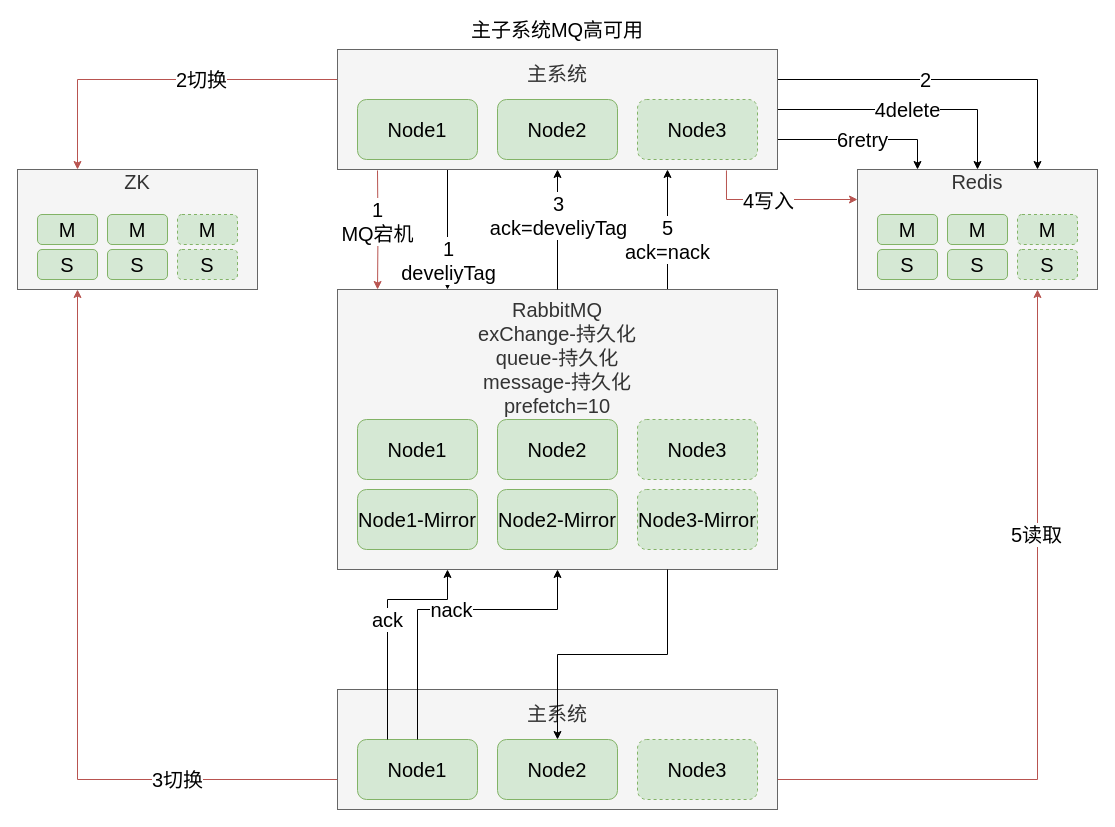
The draw.io diagram page "主子系统MQ高可用" (7 of 11) of project/ev-er-sec/flaw-patch/flaw-patch.drawio in QQ1350995917/gitbook, before the edit. Source tidied: cells renumbered, new cells numbered last; positions are measured from the earlier drawing's top-left corner, leaving out a move shared by most shapes. Both pictures are drawn from the tidied source at 100%, with x=0, y=0 at pixel (17, 19).
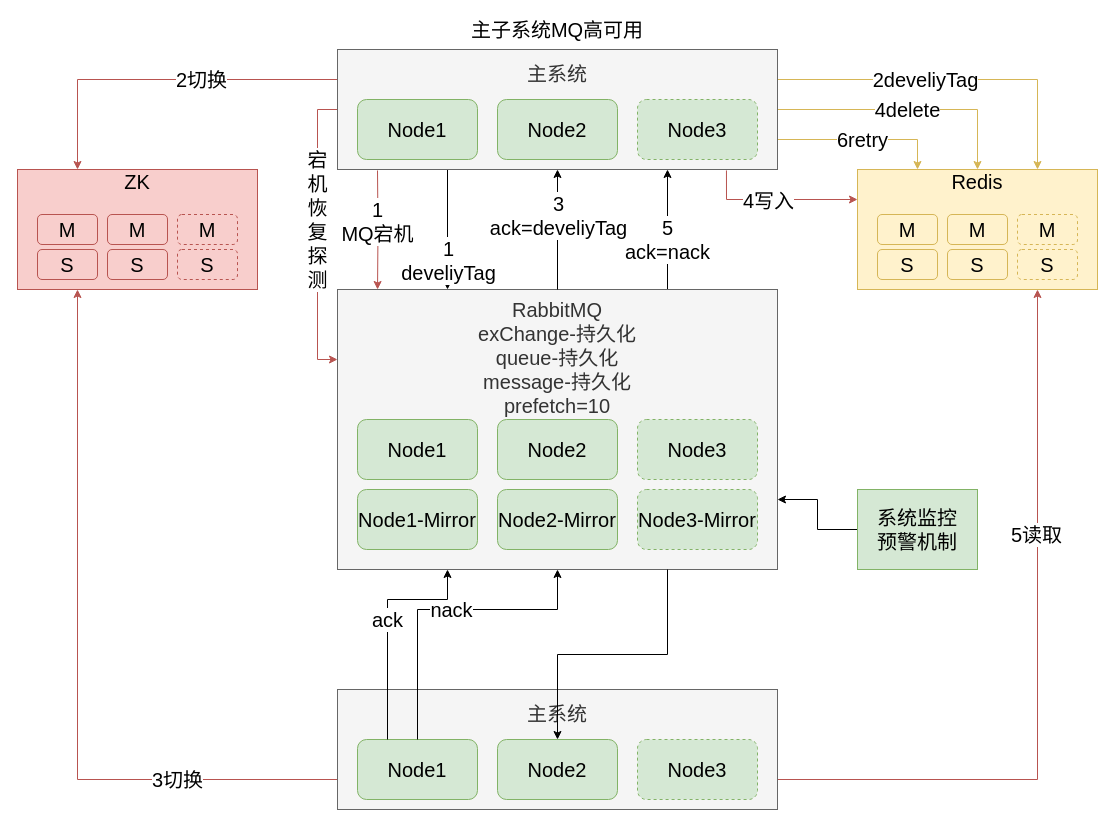
After the change.

The change refers to these unchanged cells:
```xml
<mxCell id="14" value="主系统&lt;br&gt;&lt;br&gt;&lt;br&gt;&lt;br&gt;" style="rounded=0;whiteSpace=wrap;html=1;fontSize=20;fillColor=#f5f5f5;strokeColor=#666666;fontColor=#333333;" parent="1" vertex="1">
  <mxGeometry x="320" y="30" width="440" height="120" as="geometry" />
</mxCell>
<mxCell id="20" value="RabbitMQ&lt;br&gt;exChange-持久化&lt;br&gt;queue-持久化&lt;br&gt;message-持久化&lt;br&gt;prefetch=10&lt;br&gt;&lt;br&gt;&lt;br&gt;&lt;br&gt;&lt;br&gt;&lt;br&gt;&lt;br&gt;" style="rounded=0;whiteSpace=wrap;html=1;fontSize=20;fillColor=#f5f5f5;strokeColor=#666666;fontColor=#333333;" parent="1" vertex="1">
  <mxGeometry x="320" y="270" width="440" height="280" as="geometry" />
</mxCell>
```

Diff of the diagram source:
```diff
@@
-    <mxCell id="4" style="edgeStyle=orthogonalEdgeStyle;rounded=0;jettySize=auto;html=1;exitX=1;exitY=0.25;exitDx=0;exitDy=0;entryX=0.75;entryY=0;entryDx=0;entryDy=0;fontSize=20;" parent="1" edge="1" source="14" target="27">
+    <mxCell id="4" style="edgeStyle=orthogonalEdgeStyle;rounded=0;jettySize=auto;html=1;exitX=1;exitY=0.25;exitDx=0;exitDy=0;entryX=0.75;entryY=0;entryDx=0;entryDy=0;fontSize=20;fillColor=#fff2cc;strokeColor=#d6b656;" parent="1" edge="1" source="14" target="27">
       <mxGeometry relative="1" as="geometry" />
     </mxCell>
-    <mxCell id="5" value="2" style="text;html=1;align=center;verticalAlign=middle;labelBackgroundColor=#ffffff;fontSize=20;" parent="4" vertex="1">
+    <mxCell id="5" value="2develiyTag" style="text;html=1;align=center;verticalAlign=middle;labelBackgroundColor=#ffffff;fontSize=20;" parent="4" vertex="1">
       <mxGeometry x="-0.16" y="1" relative="1" as="geometry" />
     </mxCell>
-    <mxCell id="6" value="4delete" style="edgeStyle=orthogonalEdgeStyle;rounded=0;jettySize=auto;html=1;exitX=1;exitY=0.5;exitDx=0;exitDy=0;entryX=0.5;entryY=0;entryDx=0;entryDy=0;fontSize=20;" parent="1" edge="1" source="14" target="27">
+    <mxCell id="6" value="4delete" style="edgeStyle=orthogonalEdgeStyle;rounded=0;jettySize=auto;html=1;exitX=1;exitY=0.5;exitDx=0;exitDy=0;entryX=0.5;entryY=0;entryDx=0;entryDy=0;fontSize=20;fillColor=#fff2cc;strokeColor=#d6b656;" parent="1" edge="1" source="14" target="27">
       <mxGeometry relative="1" as="geometry" />
     </mxCell>
-    <mxCell id="7" value="6retry" style="edgeStyle=orthogonalEdgeStyle;rounded=0;jettySize=auto;html=1;exitX=1;exitY=0.75;exitDx=0;exitDy=0;entryX=0.25;entryY=0;entryDx=0;entryDy=0;fontSize=20;" parent="1" edge="1" source="14" target="27">
+    <mxCell id="7" value="6retry" style="edgeStyle=orthogonalEdgeStyle;rounded=0;jettySize=auto;html=1;exitX=1;exitY=0.75;exitDx=0;exitDy=0;entryX=0.25;entryY=0;entryDx=0;entryDy=0;fontSize=20;fillColor=#fff2cc;strokeColor=#d6b656;" parent="1" edge="1" source="14" target="27">
       <mxGeometry relative="1" as="geometry" />
     </mxCell>
@@
+    <mxCell id="56" style="edgeStyle=orthogonalEdgeStyle;rounded=0;jettySize=auto;html=1;exitX=0;exitY=0.5;exitDx=0;exitDy=0;entryX=0;entryY=0.25;entryDx=0;entryDy=0;fillColor=#f8cecc;strokeColor=#b85450;" parent="1" edge="1" source="14" target="20">
+      <mxGeometry relative="1" as="geometry" />
+    </mxCell>
+    <mxCell id="57" value="&lt;font style=&quot;font-size: 20px&quot;&gt;宕&lt;br&gt;机&lt;br&gt;恢&lt;br&gt;复&lt;br&gt;探&lt;br&gt;测&lt;/font&gt;" style="text;html=1;align=center;verticalAlign=middle;labelBackgroundColor=#ffffff;" parent="56" vertex="1">
+      <mxGeometry x="-0.11" y="-1" relative="1" as="geometry" />
+    </mxCell>
@@
-    <mxCell id="27" value="Redis&lt;br&gt;&lt;br&gt;&lt;br&gt;&lt;br&gt;&lt;br&gt;" style="rounded=0;whiteSpace=wrap;html=1;fontSize=20;fillColor=#f5f5f5;strokeColor=#666666;fontColor=#333333;" parent="1" vertex="1">
+    <mxCell id="27" value="Redis&lt;br&gt;&lt;br&gt;&lt;br&gt;&lt;br&gt;&lt;br&gt;" style="rounded=0;whiteSpace=wrap;html=1;fontSize=20;fillColor=#fff2cc;strokeColor=#d6b656;" parent="1" vertex="1">
       <mxGeometry x="840" y="150" width="240" height="120" as="geometry" />
     </mxCell>
-    <mxCell id="28" value="S" style="rounded=1;whiteSpace=wrap;html=1;fontSize=20;fillColor=#d5e8d4;strokeColor=#82b366;" parent="1" vertex="1">
+    <mxCell id="28" value="S" style="rounded=1;whiteSpace=wrap;html=1;fontSize=20;fillColor=#fff2cc;strokeColor=#d6b656;" parent="1" vertex="1">
       <mxGeometry x="860" y="230" width="60" height="30" as="geometry" />
     </mxCell>
-    <mxCell id="29" value="M" style="rounded=1;whiteSpace=wrap;html=1;fontSize=20;fillColor=#d5e8d4;strokeColor=#82b366;" parent="1" vertex="1">
+    <mxCell id="29" value="M" style="rounded=1;whiteSpace=wrap;html=1;fontSize=20;fillColor=#fff2cc;strokeColor=#d6b656;" parent="1" vertex="1">
       <mxGeometry x="860" y="195" width="60" height="30" as="geometry" />
     </mxCell>
-    <mxCell id="30" value="M" style="rounded=1;whiteSpace=wrap;html=1;fontSize=20;fillColor=#d5e8d4;strokeColor=#82b366;dashed=1;" parent="1" vertex="1">
+    <mxCell id="30" value="M" style="rounded=1;whiteSpace=wrap;html=1;fontSize=20;fillColor=#fff2cc;strokeColor=#d6b656;dashed=1;" parent="1" vertex="1">
       <mxGeometry x="1000" y="195" width="60" height="30" as="geometry" />
     </mxCell>
-    <mxCell id="31" value="M" style="rounded=1;whiteSpace=wrap;html=1;fontSize=20;fillColor=#d5e8d4;strokeColor=#82b366;" parent="1" vertex="1">
+    <mxCell id="31" value="M" style="rounded=1;whiteSpace=wrap;html=1;fontSize=20;fillColor=#fff2cc;strokeColor=#d6b656;" parent="1" vertex="1">
       <mxGeometry x="930" y="195" width="60" height="30" as="geometry" />
     </mxCell>
-    <mxCell id="32" value="S" style="rounded=1;whiteSpace=wrap;html=1;fontSize=20;fillColor=#d5e8d4;strokeColor=#82b366;dashed=1;" parent="1" vertex="1">
+    <mxCell id="32" value="S" style="rounded=1;whiteSpace=wrap;html=1;fontSize=20;fillColor=#fff2cc;strokeColor=#d6b656;dashed=1;" parent="1" vertex="1">
       <mxGeometry x="1000" y="230" width="60" height="30" as="geometry" />
     </mxCell>
-    <mxCell id="33" value="S" style="rounded=1;whiteSpace=wrap;html=1;fontSize=20;fillColor=#d5e8d4;strokeColor=#82b366;" parent="1" vertex="1">
+    <mxCell id="33" value="S" style="rounded=1;whiteSpace=wrap;html=1;fontSize=20;fillColor=#fff2cc;strokeColor=#d6b656;" parent="1" vertex="1">
       <mxGeometry x="930" y="230" width="60" height="30" as="geometry" />
     </mxCell>
@@
-    <mxCell id="44" value="ZK&lt;br&gt;&lt;br&gt;&lt;br&gt;&lt;br&gt;&lt;br&gt;" style="rounded=0;whiteSpace=wrap;html=1;fontSize=20;fillColor=#f5f5f5;strokeColor=#666666;fontColor=#333333;" parent="1" vertex="1">
+    <mxCell id="44" value="ZK&lt;br&gt;&lt;br&gt;&lt;br&gt;&lt;br&gt;&lt;br&gt;" style="rounded=0;whiteSpace=wrap;html=1;fontSize=20;fillColor=#f8cecc;strokeColor=#b85450;" parent="1" vertex="1">
       <mxGeometry y="150" width="240" height="120" as="geometry" />
     </mxCell>
-    <mxCell id="45" value="S" style="rounded=1;whiteSpace=wrap;html=1;fontSize=20;fillColor=#d5e8d4;strokeColor=#82b366;" parent="1" vertex="1">
+    <mxCell id="45" value="S" style="rounded=1;whiteSpace=wrap;html=1;fontSize=20;fillColor=#f8cecc;strokeColor=#b85450;" parent="1" vertex="1">
       <mxGeometry x="20" y="230" width="60" height="30" as="geometry" />
     </mxCell>
-    <mxCell id="46" value="M" style="rounded=1;whiteSpace=wrap;html=1;fontSize=20;fillColor=#d5e8d4;strokeColor=#82b366;" parent="1" vertex="1">
+    <mxCell id="46" value="M" style="rounded=1;whiteSpace=wrap;html=1;fontSize=20;fillColor=#f8cecc;strokeColor=#b85450;" parent="1" vertex="1">
       <mxGeometry x="20" y="195" width="60" height="30" as="geometry" />
     </mxCell>
-    <mxCell id="47" value="M" style="rounded=1;whiteSpace=wrap;html=1;fontSize=20;fillColor=#d5e8d4;strokeColor=#82b366;dashed=1;" parent="1" vertex="1">
+    <mxCell id="47" value="M" style="rounded=1;whiteSpace=wrap;html=1;fontSize=20;fillColor=#f8cecc;strokeColor=#b85450;dashed=1;" parent="1" vertex="1">
       <mxGeometry x="160" y="195" width="60" height="30" as="geometry" />
     </mxCell>
-    <mxCell id="48" value="M" style="rounded=1;whiteSpace=wrap;html=1;fontSize=20;fillColor=#d5e8d4;strokeColor=#82b366;" parent="1" vertex="1">
+    <mxCell id="48" value="M" style="rounded=1;whiteSpace=wrap;html=1;fontSize=20;fillColor=#f8cecc;strokeColor=#b85450;" parent="1" vertex="1">
       <mxGeometry x="90" y="195" width="60" height="30" as="geometry" />
     </mxCell>
-    <mxCell id="49" value="S" style="rounded=1;whiteSpace=wrap;html=1;fontSize=20;fillColor=#d5e8d4;strokeColor=#82b366;dashed=1;" parent="1" vertex="1">
+    <mxCell id="49" value="S" style="rounded=1;whiteSpace=wrap;html=1;fontSize=20;fillColor=#f8cecc;strokeColor=#b85450;dashed=1;" parent="1" vertex="1">
       <mxGeometry x="160" y="230" width="60" height="30" as="geometry" />
     </mxCell>
-    <mxCell id="50" value="S" style="rounded=1;whiteSpace=wrap;html=1;fontSize=20;fillColor=#d5e8d4;strokeColor=#82b366;" parent="1" vertex="1">
+    <mxCell id="50" value="S" style="rounded=1;whiteSpace=wrap;html=1;fontSize=20;fillColor=#f8cecc;strokeColor=#b85450;" parent="1" vertex="1">
       <mxGeometry x="90" y="230" width="60" height="30" as="geometry" />
     </mxCell>
@@
+    <mxCell id="58" style="edgeStyle=orthogonalEdgeStyle;rounded=0;jettySize=auto;html=1;exitX=0;exitY=0.5;exitDx=0;exitDy=0;entryX=1;entryY=0.75;entryDx=0;entryDy=0;fontSize=20;" parent="1" edge="1" source="59" target="20">
+      <mxGeometry relative="1" as="geometry" />
+    </mxCell>
+    <mxCell id="59" value="系统监控&lt;br&gt;预警机制" style="rounded=0;whiteSpace=wrap;html=1;fontSize=20;fillColor=#d5e8d4;strokeColor=#82b366;" parent="1" vertex="1">
+      <mxGeometry x="840" y="470" width="120" height="80" as="geometry" />
+    </mxCell>
```
